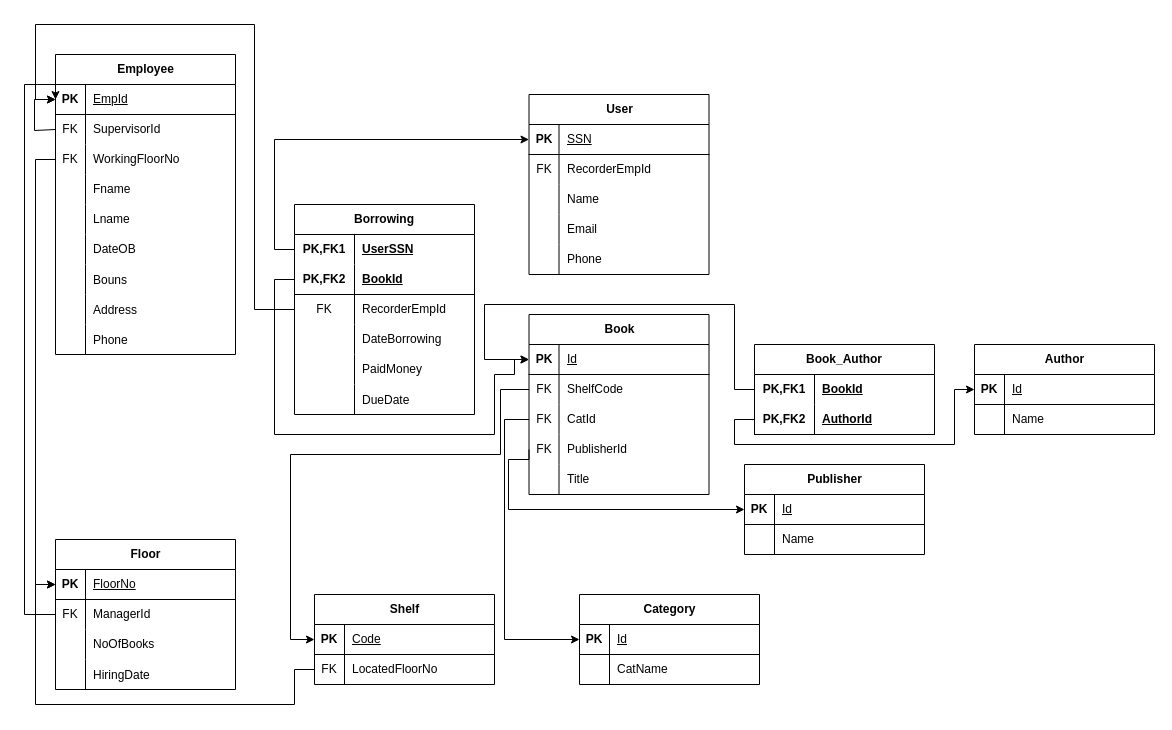
omareldesokyy/ERD keeps this draw.io diagram as Mapping/Mapping_Library.drawio. Above is the earlier version. Source tidied: cells renumbered, new cells numbered last; positions are measured from the earlier drawing's top-left corner, leaving out a move shared by most shapes. Both pictures are drawn from the tidied source at 100%, with x=0, y=0 at pixel (24, 24).
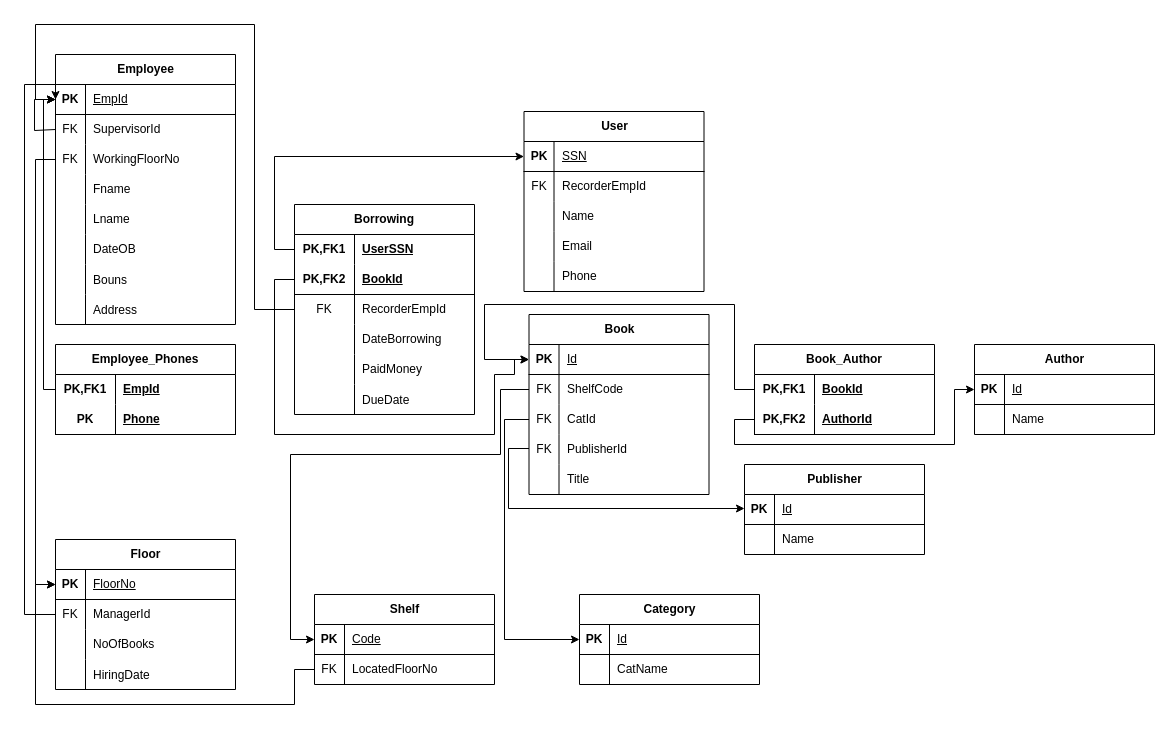
Above is the later version.

Unchanged cells that the change refers to:
```xml
<mxCell id="3" style="shape=tableRow;horizontal=0;startSize=0;swimlaneHead=0;swimlaneBody=0;fillColor=none;points=[[0,0.5],[1,0.5]];portConstraint=eastwest;top=0;left=0;right=0;bottom=1;" parent="2" vertex="1">
  <mxGeometry y="30" width="180" height="30" as="geometry" />
</mxCell>
<mxCell id="57" style="shape=tableRow;horizontal=0;startSize=0;swimlaneHead=0;swimlaneBody=0;fillColor=none;points=[[0,0.5],[1,0.5]];portConstraint=eastwest;top=0;left=0;right=0;bottom=0;" parent="47" vertex="1">
  <mxGeometry y="120" width="180" height="30" as="geometry" />
</mxCell>
<mxCell id="71" style="shape=tableRow;horizontal=0;startSize=0;swimlaneHead=0;swimlaneBody=0;fillColor=none;points=[[0,0.5],[1,0.5]];portConstraint=eastwest;top=0;left=0;right=0;bottom=1;" parent="70" vertex="1">
  <mxGeometry y="30" width="180" height="30" as="geometry" />
</mxCell>
```

Change to the diagram source:
```diff
@@
     <mxCell id="2" value="Employee" style="shape=table;startSize=30;childLayout=tableLayout;rowLines=0;fontStyle=1;align=center;html=1;" parent="1" vertex="1">
-      <mxGeometry x="31" y="30" width="180" height="300" as="geometry" />
+      <mxGeometry x="31" y="30" width="180" height="270" as="geometry" />
     </mxCell>
@@
-    <mxCell id="27" style="shape=tableRow;horizontal=0;startSize=0;swimlaneHead=0;swimlaneBody=0;fillColor=none;top=0;left=0;right=0;bottom=0;" parent="2" vertex="1">
-      <mxGeometry y="270" width="180" height="30" as="geometry" />
-    </mxCell>
-    <mxCell id="28" style="shape=partialRectangle;fillColor=none;top=0;left=0;bottom=0;right=0;overflow=hidden;" parent="27" vertex="1">
-      <mxGeometry width="30" height="30" as="geometry" />
-    </mxCell>
-    <mxCell id="29" value="Phone" style="shape=partialRectangle;fillColor=none;top=0;left=0;bottom=0;right=0;align=left;spacingLeft=6;overflow=hidden;fontSize=12;" parent="27" vertex="1">
-      <mxGeometry x="30" width="150" height="30" as="geometry" />
-    </mxCell>
@@
     <mxCell id="31" value="User" style="shape=table;startSize=30;childLayout=tableLayout;rowLines=0;fontStyle=1;align=center;html=1;" parent="1" vertex="1">
-      <mxGeometry x="504.5" y="70" width="180" height="180" as="geometry" />
+      <mxGeometry x="499.5" y="87" width="180" height="180" as="geometry" />
     </mxCell>
@@
-    <mxCell id="137" style="edgeStyle=orthogonalEdgeStyle;rounded=0;jettySize=auto;html=1;exitX=0;exitY=0.5;exitDx=0;exitDy=0;entryX=0;entryY=0.5;entryDx=0;entryDy=0;" parent="1" edge="1" source="57" target="71">
+    <mxCell id="137" style="edgeStyle=orthogonalEdgeStyle;rounded=0;orthogonalLoop=1;jettySize=auto;html=1;exitX=0;exitY=0.5;exitDx=0;exitDy=0;entryX=0;entryY=0.5;entryDx=0;entryDy=0;" parent="1" edge="1">
       <mxGeometry relative="1" as="geometry">
+        <mxPoint x="504.5" y="424" as="sourcePoint" />
+        <mxPoint x="720" y="484" as="targetPoint" />
         <Array as="points">
-          <mxPoint x="484" y="435" />
-          <mxPoint x="484" y="485" />
+          <mxPoint x="484" y="424" />
+          <mxPoint x="484" y="484" />
         </Array>
       </mxGeometry>
     </mxCell>
@@
+    <mxCell id="141" value="Employee_Phones" style="shape=table;startSize=30;childLayout=tableLayout;rowLines=0;fontStyle=1;align=center;html=1;whiteSpace=wrap;" parent="1" vertex="1">
+      <mxGeometry x="31" y="320" width="180" height="90" as="geometry" />
+    </mxCell>
+    <mxCell id="142" style="shape=tableRow;horizontal=0;startSize=0;swimlaneHead=0;swimlaneBody=0;fillColor=none;points=[[0,0.5],[1,0.5]];portConstraint=eastwest;top=0;left=0;right=0;bottom=0;html=1;" parent="141" vertex="1">
+      <mxGeometry y="30" width="180" height="30" as="geometry" />
+    </mxCell>
+    <mxCell id="143" value="PK,FK1" style="shape=partialRectangle;fillColor=none;top=0;left=0;bottom=0;right=0;fontStyle=1;overflow=hidden;html=1;whiteSpace=wrap;" parent="142" vertex="1">
+      <mxGeometry width="60" height="30" as="geometry" />
+    </mxCell>
+    <mxCell id="144" value="EmpId" style="shape=partialRectangle;fillColor=none;top=0;left=0;bottom=0;right=0;align=left;spacingLeft=6;fontStyle=5;overflow=hidden;html=1;whiteSpace=wrap;" parent="142" vertex="1">
+      <mxGeometry x="60" width="120" height="30" as="geometry" />
+    </mxCell>
+    <mxCell id="145" style="shape=tableRow;horizontal=0;startSize=0;swimlaneHead=0;swimlaneBody=0;fillColor=none;top=0;left=0;right=0;bottom=1;html=1;" parent="141" vertex="1">
+      <mxGeometry y="60" width="180" height="30" as="geometry" />
+    </mxCell>
+    <mxCell id="146" value="PK" style="shape=partialRectangle;fillColor=none;top=0;left=0;bottom=0;right=0;fontStyle=1;overflow=hidden;html=1;whiteSpace=wrap;" parent="145" vertex="1">
+      <mxGeometry width="60" height="30" as="geometry" />
+    </mxCell>
+    <mxCell id="29" value="Phone" style="shape=partialRectangle;fillColor=none;top=0;left=0;bottom=0;right=0;align=left;spacingLeft=6;fontStyle=5;overflow=hidden;html=1;whiteSpace=wrap;" parent="145" vertex="1">
+      <mxGeometry x="60" width="120" height="30" as="geometry" />
+    </mxCell>
+    <mxCell id="147" style="edgeStyle=orthogonalEdgeStyle;rounded=0;jettySize=auto;html=1;exitX=0;exitY=0.5;exitDx=0;exitDy=0;entryX=0;entryY=0.5;entryDx=0;entryDy=0;" parent="1" edge="1" source="142" target="3">
+      <mxGeometry relative="1" as="geometry">
+        <Array as="points">
+          <mxPoint x="19" y="365" />
+          <mxPoint x="19" y="75" />
+        </Array>
+      </mxGeometry>
+    </mxCell>
```
